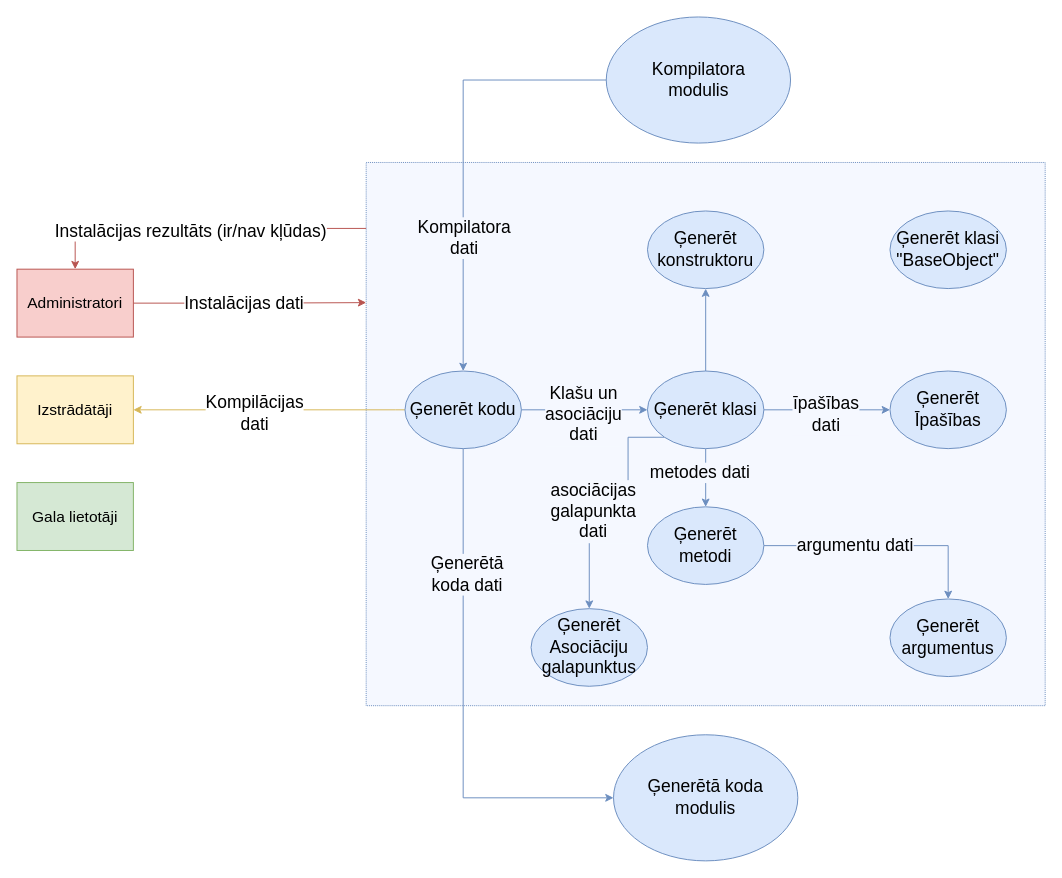
Above: page "Ģeneratora modulis" (5 of 9) of src/Kvalifikacijas darbs/arhitektura.drawio in artiks12/webAppOS (draw.io), before the change. Source tidied: cells renumbered, new cells numbered last; positions are measured from the earlier drawing's top-left corner, leaving out a move shared by most shapes. Both pictures are drawn from the tidied source at 97%, with x=0, y=0 at pixel (16, 16).
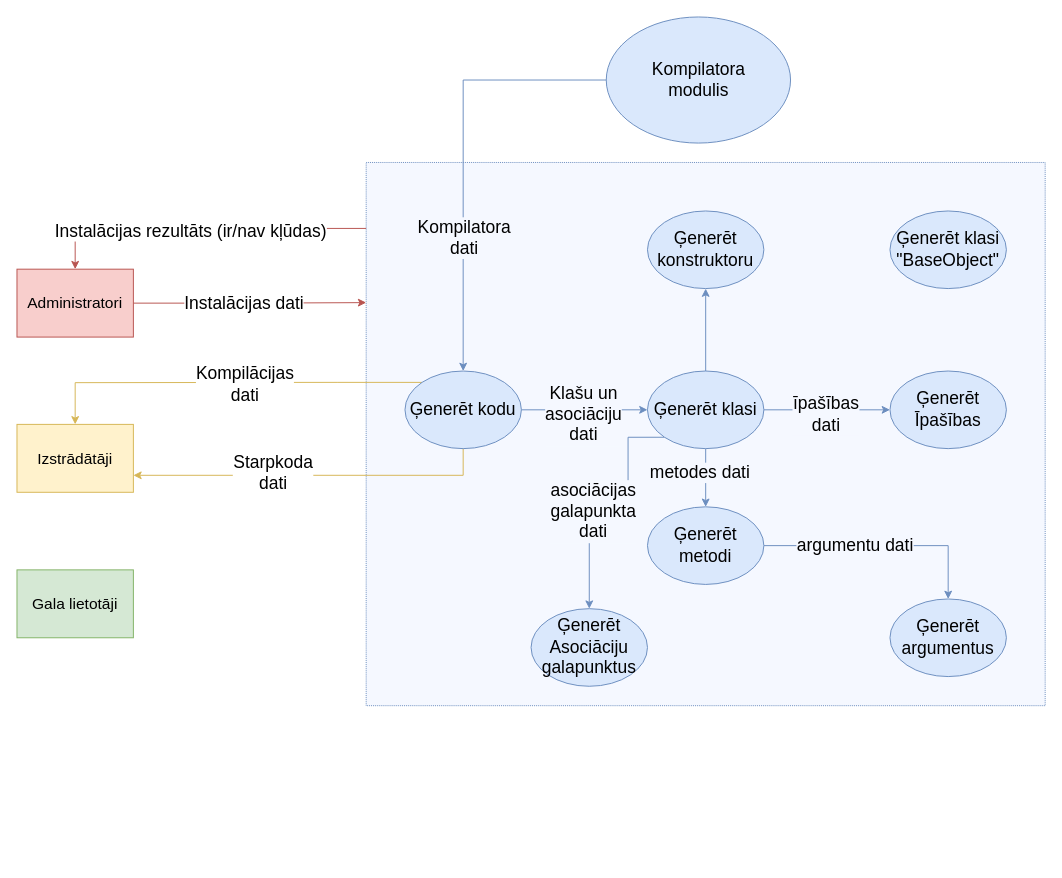
After the change.

The change refers to these unchanged cells:
```xml
<mxCell id="28" value="&lt;font style=&quot;font-size: 18px&quot;&gt;Ģenerēt kodu&lt;br&gt;&lt;/font&gt;" style="ellipse;whiteSpace=wrap;html=1;fillColor=#dae8fc;strokeColor=#6c8ebf;" parent="1" vertex="1">
  <mxGeometry x="400" y="365" width="120" height="80" as="geometry" />
</mxCell>
```

What changed in the source:
```diff
@@
     <mxCell id="16" value="&lt;font size=&quot;3&quot;&gt;Izstrādātāji&lt;/font&gt;" style="rounded=0;whiteSpace=wrap;html=1;fillColor=#fff2cc;strokeColor=#d6b656;" parent="1" vertex="1">
-      <mxGeometry y="370" width="120" height="70" as="geometry" />
+      <mxGeometry y="420" width="120" height="70" as="geometry" />
     </mxCell>
@@
     <mxCell id="20" value="&lt;font size=&quot;3&quot;&gt;Gala lietotāji&lt;/font&gt;" style="rounded=0;whiteSpace=wrap;html=1;fillColor=#d5e8d4;strokeColor=#82b366;" parent="1" vertex="1">
-      <mxGeometry y="480" width="120" height="70" as="geometry" />
+      <mxGeometry y="570" width="120" height="70" as="geometry" />
     </mxCell>
@@
-    <mxCell id="26" style="edgeStyle=orthogonalEdgeStyle;rounded=0;jettySize=auto;html=1;exitX=0;exitY=0.5;exitDx=0;exitDy=0;entryX=1;entryY=0.5;entryDx=0;entryDy=0;fillColor=#fff2cc;strokeColor=#d6b656;" parent="1" edge="1" source="28" target="16">
+    <mxCell id="26" style="edgeStyle=orthogonalEdgeStyle;rounded=0;jettySize=auto;html=1;exitX=0;exitY=0;exitDx=0;exitDy=0;entryX=0.5;entryY=0;entryDx=0;entryDy=0;fillColor=#fff2cc;strokeColor=#d6b656;" parent="1" edge="1" source="28" target="16">
       <mxGeometry relative="1" as="geometry">
         <Array as="points">
-          <mxPoint x="390" y="405" />
-          <mxPoint x="390" y="405" />
+          <mxPoint x="330" y="377" />
+          <mxPoint x="80" y="377" />
         </Array>
       </mxGeometry>
     </mxCell>
-    <mxCell id="27" style="edgeStyle=orthogonalEdgeStyle;rounded=0;jettySize=auto;html=1;entryX=0;entryY=0.5;entryDx=0;entryDy=0;fillColor=#dae8fc;strokeColor=#6c8ebf;" parent="1" edge="1" source="28" target="35">
-      <mxGeometry relative="1" as="geometry">
-        <Array as="points">
-          <mxPoint x="460" y="805" />
-        </Array>
-      </mxGeometry>
-    </mxCell>
+    <mxCell id="37" style="edgeStyle=orthogonalEdgeStyle;rounded=0;jettySize=auto;html=1;exitX=0.5;exitY=1;exitDx=0;exitDy=0;entryX=1;entryY=0.75;entryDx=0;entryDy=0;fillColor=#fff2cc;strokeColor=#d6b656;" parent="1" edge="1" source="28" target="16">
+      <mxGeometry relative="1" as="geometry" />
+    </mxCell>
@@
     <mxCell id="34" value="&lt;font style=&quot;font-size: 18px&quot;&gt;Kompilācijas&lt;br&gt;dati&lt;/font&gt;" style="edgeLabel;html=1;align=center;verticalAlign=middle;" parent="1" vertex="1">
-      <mxGeometry x="230" y="420" as="geometry">
+      <mxGeometry x="220" y="390" as="geometry">
         <mxPoint x="14" y="-12" as="offset" />
       </mxGeometry>
     </mxCell>
-    <mxCell id="35" value="&lt;font style=&quot;font-size: 18px&quot;&gt;Ģenerētā koda&lt;br&gt;modulis&lt;/font&gt;" style="ellipse;whiteSpace=wrap;html=1;fillColor=#dae8fc;strokeColor=#6c8ebf;" parent="1" vertex="1">
-      <mxGeometry x="615" y="740" width="190" height="130" as="geometry" />
-    </mxCell>
-    <mxCell id="36" value="&lt;span style=&quot;font-size: 18px&quot;&gt;Ģenerētā &lt;br&gt;koda dati&lt;/span&gt;" style="edgeLabel;html=1;align=center;verticalAlign=middle;labelBackgroundColor=#F5F8FF;" parent="1" vertex="1">
-      <mxGeometry x="470" y="585" as="geometry">
+    <mxCell id="36" value="&lt;span style=&quot;font-size: 18px&quot;&gt;Starpkoda &lt;br&gt;dati&lt;/span&gt;" style="edgeLabel;html=1;align=center;verticalAlign=middle;labelBackgroundColor=#FFFFFF;" parent="1" vertex="1">
+      <mxGeometry x="270" y="480" as="geometry">
         <mxPoint x="-7" y="-11" as="offset" />
       </mxGeometry>
     </mxCell>
```
